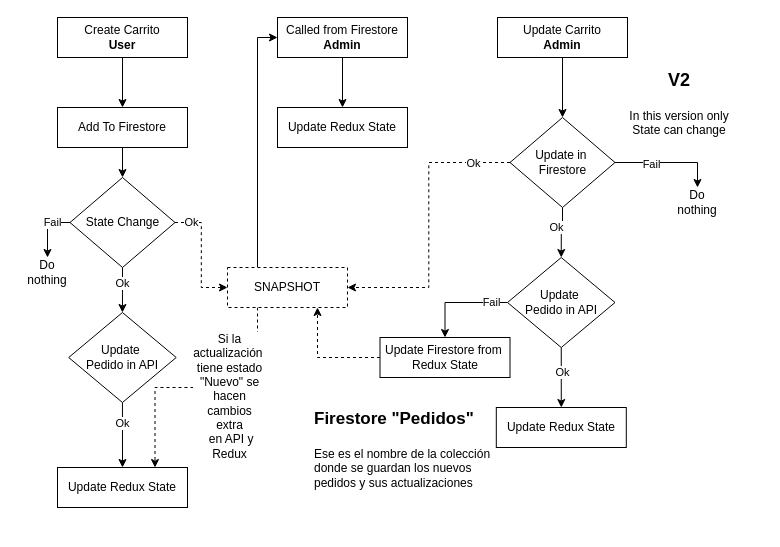
Before: D_Actividad Pedidos Firestore.drawio in ariel0000/bar-app-diagrams, a draw.io diagram. Source tidied: cells renumbered, new cells numbered last; positions are measured from the earlier drawing's top-left corner, leaving out a move shared by most shapes. Both pictures are drawn from the tidied source at 100%, with x=0, y=0 at pixel (17, 17).
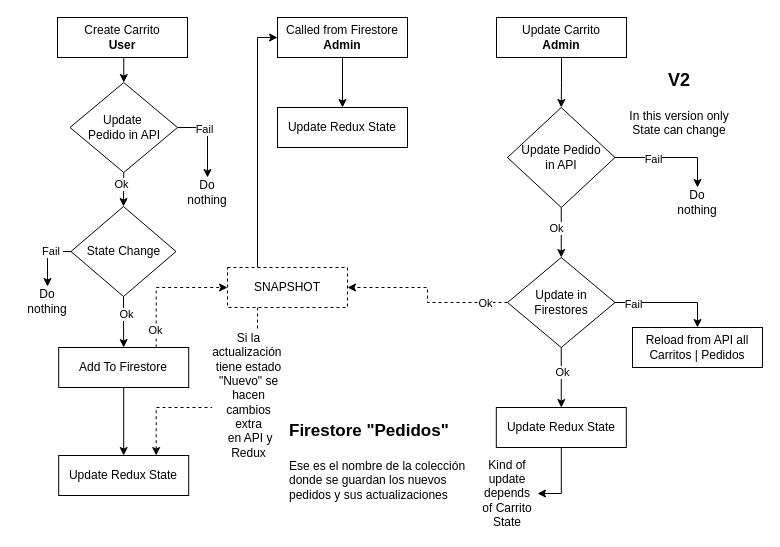
The same page after the edit.

The change refers to these unchanged cells:
```xml
<mxCell id="3" value="Create Carrito&lt;div&gt;&lt;b&gt;User&lt;/b&gt;&lt;/div&gt;" style="rounded=0;whiteSpace=wrap;html=1;" parent="1" vertex="1">
  <mxGeometry x="40" width="130" height="40" as="geometry" />
</mxCell>
<mxCell id="8" style="edgeStyle=orthogonalEdgeStyle;rounded=0;jettySize=auto;html=1;exitX=0;exitY=0.5;exitDx=0;exitDy=0;entryX=0.5;entryY=0;entryDx=0;entryDy=0;" parent="1" edge="1" source="12" target="15">
  <mxGeometry relative="1" as="geometry" />
</mxCell>
<mxCell id="26" value="Update Redux State" style="rounded=0;whiteSpace=wrap;html=1;" parent="1" vertex="1">
  <mxGeometry x="478.8" y="390" width="130" height="40" as="geometry" />
</mxCell>
<mxCell id="40" value="SNAPSHOT" style="rounded=0;whiteSpace=wrap;html=1;dashed=1;" parent="1" vertex="1">
  <mxGeometry x="210" y="250" width="120" height="40" as="geometry" />
</mxCell>
```

Diff of the diagram source:
```diff
@@
-    <mxCell id="2" style="edgeStyle=orthogonalEdgeStyle;rounded=0;jettySize=auto;html=1;exitX=0.5;exitY=1;exitDx=0;exitDy=0;entryX=0.5;entryY=0;entryDx=0;entryDy=0;" parent="1" edge="1" source="3" target="5">
-      <mxGeometry relative="1" as="geometry" />
-    </mxCell>
+    <mxCell id="45" style="edgeStyle=orthogonalEdgeStyle;rounded=0;jettySize=auto;html=1;exitX=0.5;exitY=1;exitDx=0;exitDy=0;entryX=0.5;entryY=0;entryDx=0;entryDy=0;" parent="1" edge="1" source="3" target="18">
+      <mxGeometry relative="1" as="geometry" />
+    </mxCell>
@@
-    <mxCell id="4" style="edgeStyle=orthogonalEdgeStyle;rounded=0;jettySize=auto;html=1;exitX=0.5;exitY=1;exitDx=0;exitDy=0;entryX=0.5;entryY=0;entryDx=0;entryDy=0;" parent="1" edge="1" source="5" target="12">
-      <mxGeometry relative="1" as="geometry" />
-    </mxCell>
-    <mxCell id="5" value="Add To Firestore" style="rounded=0;whiteSpace=wrap;html=1;" parent="1" vertex="1">
-      <mxGeometry x="40" y="90" width="130" height="40" as="geometry" />
-    </mxCell>
-    <mxCell id="6" style="edgeStyle=orthogonalEdgeStyle;rounded=0;jettySize=auto;html=1;exitX=0.5;exitY=1;exitDx=0;exitDy=0;entryX=0.5;entryY=0;entryDx=0;entryDy=0;" parent="1" edge="1" source="12" target="18">
-      <mxGeometry relative="1" as="geometry" />
-    </mxCell>
-    <mxCell id="7" value="Ok" style="edgeLabel;html=1;align=center;verticalAlign=middle;" parent="6" vertex="1">
-      <mxGeometry x="-0.3" relative="1" as="geometry" />
-    </mxCell>
@@
-    <mxCell id="9" value="Fail" style="edgeLabel;html=1;align=center;verticalAlign=middle;" parent="8" vertex="1">
+    <mxCell id="9" value="Fail&amp;nbsp;" style="edgeLabel;html=1;align=center;verticalAlign=middle;" parent="8" vertex="1">
       <mxGeometry x="-0.36" y="-1" relative="1" as="geometry" />
     </mxCell>
-    <mxCell id="10" style="edgeStyle=orthogonalEdgeStyle;rounded=0;jettySize=auto;html=1;exitX=1;exitY=0.5;exitDx=0;exitDy=0;entryX=0;entryY=0.5;entryDx=0;entryDy=0;dashed=1;" parent="1" edge="1" source="12" target="40">
+    <mxCell id="10" style="edgeStyle=orthogonalEdgeStyle;rounded=0;jettySize=auto;html=1;exitX=0.75;exitY=0;exitDx=0;exitDy=0;entryX=0;entryY=0.5;entryDx=0;entryDy=0;dashed=1;" parent="1" edge="1" source="5" target="40">
       <mxGeometry relative="1" as="geometry" />
     </mxCell>
@@
+    <mxCell id="46" style="edgeStyle=orthogonalEdgeStyle;rounded=0;jettySize=auto;html=1;exitX=0.5;exitY=1;exitDx=0;exitDy=0;entryX=0.5;entryY=0;entryDx=0;entryDy=0;" parent="1" edge="1" source="12" target="5">
+      <mxGeometry relative="1" as="geometry" />
+    </mxCell>
+    <mxCell id="47" value="Ok" style="edgeLabel;html=1;align=center;verticalAlign=middle;" parent="46" vertex="1">
+      <mxGeometry x="-0.49" y="2" relative="1" as="geometry">
+        <mxPoint y="4" as="offset" />
+      </mxGeometry>
+    </mxCell>
     <mxCell id="12" value="State Change" style="rhombus;whiteSpace=wrap;html=1;" parent="1" vertex="1">
-      <mxGeometry x="52.5" y="160" width="105" height="90" as="geometry" />
+      <mxGeometry x="53.5" y="189" width="105" height="90" as="geometry" />
     </mxCell>
@@
     <mxCell id="15" value="Do nothing" style="text;html=1;align=center;verticalAlign=middle;whiteSpace=wrap;rounded=0;" parent="1" vertex="1">
-      <mxGeometry y="240" width="60" height="30" as="geometry" />
+      <mxGeometry y="269" width="60" height="30" as="geometry" />
     </mxCell>
-    <mxCell id="16" style="edgeStyle=orthogonalEdgeStyle;rounded=0;jettySize=auto;html=1;exitX=0.5;exitY=1;exitDx=0;exitDy=0;entryX=0.5;entryY=0;entryDx=0;entryDy=0;" parent="1" edge="1" source="18" target="19">
-      <mxGeometry relative="1" as="geometry" />
-    </mxCell>
-    <mxCell id="17" value="Ok" style="edgeLabel;html=1;align=center;verticalAlign=middle;" parent="16" vertex="1">
-      <mxGeometry x="-0.35" relative="1" as="geometry" />
-    </mxCell>
+    <mxCell id="48" style="edgeStyle=orthogonalEdgeStyle;rounded=0;jettySize=auto;html=1;exitX=0.5;exitY=1;exitDx=0;exitDy=0;entryX=0.5;entryY=0;entryDx=0;entryDy=0;" parent="1" edge="1" source="18" target="12">
+      <mxGeometry relative="1" as="geometry" />
+    </mxCell>
+    <mxCell id="49" value="Ok" style="edgeLabel;html=1;align=center;verticalAlign=middle;" parent="48" vertex="1">
+      <mxGeometry x="-0.28" y="-3" relative="1" as="geometry" />
+    </mxCell>
     <mxCell id="18" value="Update&amp;nbsp;&lt;div&gt;Pedido in API&lt;/div&gt;" style="rhombus;whiteSpace=wrap;html=1;" parent="1" vertex="1">
-      <mxGeometry x="51.2" y="295" width="107.5" height="90" as="geometry" />
+      <mxGeometry x="52.5" y="65" width="107.5" height="90" as="geometry" />
     </mxCell>
     <mxCell id="19" value="Update Redux State" style="rounded=0;whiteSpace=wrap;html=1;" parent="1" vertex="1">
-      <mxGeometry x="40" y="450" width="130" height="40" as="geometry" />
+      <mxGeometry x="41.2" y="438" width="130" height="40" as="geometry" />
     </mxCell>
@@
     <mxCell id="22" value="Update Carrito&lt;div&gt;&lt;b&gt;Admin&lt;/b&gt;&lt;/div&gt;" style="rounded=0;whiteSpace=wrap;html=1;" parent="1" vertex="1">
-      <mxGeometry x="480" width="130" height="40" as="geometry" />
+      <mxGeometry x="479" width="130" height="40" as="geometry" />
     </mxCell>
@@
+    <mxCell id="50" style="edgeStyle=orthogonalEdgeStyle;rounded=0;jettySize=auto;html=1;exitX=0.5;exitY=1;exitDx=0;exitDy=0;entryX=1;entryY=0.5;entryDx=0;entryDy=0;" parent="1" edge="1" source="26" target="55">
+      <mxGeometry relative="1" as="geometry" />
+    </mxCell>
@@
-    <mxCell id="27" style="edgeStyle=orthogonalEdgeStyle;rounded=0;jettySize=auto;html=1;exitX=0;exitY=0.5;exitDx=0;exitDy=0;entryX=1;entryY=0.5;entryDx=0;entryDy=0;dashed=1;" parent="1" edge="1" source="31" target="40">
+    <mxCell id="27" style="edgeStyle=orthogonalEdgeStyle;rounded=0;jettySize=auto;html=1;entryX=1;entryY=0.5;entryDx=0;entryDy=0;dashed=1;exitX=0;exitY=0.5;exitDx=0;exitDy=0;" parent="1" edge="1" source="36" target="40">
       <mxGeometry relative="1" as="geometry" />
     </mxCell>
@@
-    <mxCell id="31" value="Update in&amp;nbsp;&lt;div&gt;Firestore&lt;/div&gt;" style="rhombus;whiteSpace=wrap;html=1;" parent="1" vertex="1">
-      <mxGeometry x="492.5" y="100" width="105" height="90" as="geometry" />
+    <mxCell id="31" value="Update Pedido&lt;div&gt;in API&lt;/div&gt;" style="rhombus;whiteSpace=wrap;html=1;" parent="1" vertex="1">
+      <mxGeometry x="490" y="90" width="107.5" height="100" as="geometry" />
     </mxCell>
@@
-    <mxCell id="34" style="edgeStyle=orthogonalEdgeStyle;rounded=0;jettySize=auto;html=1;exitX=0;exitY=0.5;exitDx=0;exitDy=0;entryX=0.5;entryY=0;entryDx=0;entryDy=0;" parent="1" edge="1" source="36" target="42">
+    <mxCell id="34" style="edgeStyle=orthogonalEdgeStyle;rounded=0;jettySize=auto;html=1;exitX=1;exitY=0.5;exitDx=0;exitDy=0;entryX=0.5;entryY=0;entryDx=0;entryDy=0;" parent="1" edge="1" source="36" target="42">
       <mxGeometry relative="1" as="geometry" />
     </mxCell>
@@
-    <mxCell id="36" value="Update&amp;nbsp;&lt;div&gt;Pedido in API&lt;/div&gt;" style="rhombus;whiteSpace=wrap;html=1;" parent="1" vertex="1">
+    <mxCell id="36" value="Update in Firestores" style="rhombus;whiteSpace=wrap;html=1;" parent="1" vertex="1">
       <mxGeometry x="490" y="240" width="107.5" height="90" as="geometry" />
     </mxCell>
@@
     <mxCell id="38" style="edgeStyle=orthogonalEdgeStyle;rounded=0;jettySize=auto;html=1;exitX=0.25;exitY=1;exitDx=0;exitDy=0;entryX=0.75;entryY=0;entryDx=0;entryDy=0;dashed=1;" parent="1" edge="1" source="40" target="19">
       <mxGeometry relative="1" as="geometry">
         <Array as="points">
-          <mxPoint x="240" y="370" />
-          <mxPoint x="138" y="370" />
+          <mxPoint x="240" y="390" />
+          <mxPoint x="139" y="390" />
         </Array>
       </mxGeometry>
     </mxCell>
     <mxCell id="39" value="&lt;span style=&quot;font-size: 12px; text-wrap-mode: wrap; background-color: light-dark(rgb(255, 255, 255), rgb(0, 0, 0));&quot;&gt;&lt;font style=&quot;color: light-dark(rgb(0, 0, 0), rgb(255, 255, 0));&quot;&gt;Si la actualización&amp;nbsp;&lt;/font&gt;&lt;/span&gt;&lt;div&gt;&lt;font style=&quot;color: light-dark(rgb(0, 0, 0), rgb(255, 255, 0)); background-color: light-dark(rgb(255, 255, 255), rgb(0, 0, 0));&quot;&gt;&lt;span style=&quot;font-size: 12px; text-wrap-mode: wrap;&quot;&gt;tiene&amp;nbsp;&lt;/span&gt;&lt;span style=&quot;font-size: 12px; text-wrap-mode: wrap;&quot;&gt;estado &quot;Nuevo&quot; se&lt;/span&gt;&lt;/font&gt;&lt;div&gt;&lt;div&gt;&lt;span style=&quot;font-size: 12px; text-wrap-mode: wrap; background-color: light-dark(rgb(255, 255, 255), rgb(0, 0, 0));&quot;&gt;&lt;font style=&quot;color: light-dark(rgb(0, 0, 0), rgb(255, 255, 0));&quot;&gt;hacen cambios extra&lt;/font&gt;&lt;/span&gt;&lt;/div&gt;&lt;div&gt;&lt;span style=&quot;font-size: 12px; text-wrap-mode: wrap; background-color: light-dark(rgb(255, 255, 255), rgb(0, 0, 0));&quot;&gt;&lt;font style=&quot;color: light-dark(rgb(0, 0, 0), rgb(255, 255, 0));&quot;&gt;&amp;nbsp;en API y Redux&lt;/font&gt;&lt;/span&gt;&lt;/div&gt;&lt;/div&gt;&lt;/div&gt;" style="edgeLabel;html=1;align=center;verticalAlign=middle;" parent="38" vertex="1">
       <mxGeometry x="-0.25" y="-1" relative="1" as="geometry">
-        <mxPoint x="-11" y="9" as="offset" />
+        <mxPoint x="-9" y="-6" as="offset" />
       </mxGeometry>
     </mxCell>
@@
-    <mxCell id="41" style="edgeStyle=orthogonalEdgeStyle;rounded=0;jettySize=auto;html=1;exitX=0;exitY=0.5;exitDx=0;exitDy=0;entryX=0.75;entryY=1;entryDx=0;entryDy=0;dashed=1;" parent="1" edge="1" source="42" target="40">
-      <mxGeometry relative="1" as="geometry" />
-    </mxCell>
-    <mxCell id="42" value="Update Firestore from&amp;nbsp;&lt;div&gt;Redux State&lt;/div&gt;" style="rounded=0;whiteSpace=wrap;html=1;" parent="1" vertex="1">
-      <mxGeometry x="362.5" y="320" width="130" height="40" as="geometry" />
+    <mxCell id="42" value="Reload from API all Carritos | Pedidos" style="rounded=0;whiteSpace=wrap;html=1;" parent="1" vertex="1">
+      <mxGeometry x="615" y="310" width="130" height="40" as="geometry" />
     </mxCell>
@@
     <mxCell id="44" value="&lt;h1 style=&quot;margin-top: 0px;&quot;&gt;&lt;font style=&quot;font-size: 17px;&quot;&gt;Firestore &quot;Pedidos&quot;&lt;/font&gt;&lt;/h1&gt;&lt;p&gt;Ese es el nombre de la colección donde se guardan los nuevos pedidos y sus actualizaciones&lt;/p&gt;" style="text;html=1;whiteSpace=wrap;overflow=hidden;rounded=0;" parent="1" vertex="1">
-      <mxGeometry x="294.8" y="378" width="180" height="100" as="geometry" />
+      <mxGeometry x="270" y="390" width="180" height="100" as="geometry" />
     </mxCell>
+    <mxCell id="51" style="edgeStyle=orthogonalEdgeStyle;rounded=0;jettySize=auto;html=1;exitX=0.5;exitY=1;exitDx=0;exitDy=0;entryX=0.5;entryY=0;entryDx=0;entryDy=0;" parent="1" edge="1" source="5" target="19">
+      <mxGeometry relative="1" as="geometry" />
+    </mxCell>
+    <mxCell id="5" value="Add To Firestore" style="rounded=0;whiteSpace=wrap;html=1;" parent="1" vertex="1">
+      <mxGeometry x="41.2" y="330" width="130" height="40" as="geometry" />
+    </mxCell>
+    <mxCell id="52" style="edgeStyle=orthogonalEdgeStyle;rounded=0;jettySize=auto;html=1;exitX=1;exitY=0.5;exitDx=0;exitDy=0;entryX=0.5;entryY=0;entryDx=0;entryDy=0;" parent="1" edge="1" source="18" target="54">
+      <mxGeometry relative="1" as="geometry">
+        <Array as="points">
+          <mxPoint x="190" y="110" />
+          <mxPoint x="190" y="160" />
+        </Array>
+      </mxGeometry>
+    </mxCell>
+    <mxCell id="53" value="Fail" style="edgeLabel;html=1;align=center;verticalAlign=middle;" parent="52" vertex="1">
+      <mxGeometry x="-0.36" y="-1" relative="1" as="geometry" />
+    </mxCell>
+    <mxCell id="54" value="Do nothing" style="text;html=1;align=center;verticalAlign=middle;whiteSpace=wrap;rounded=0;" parent="1" vertex="1">
+      <mxGeometry x="160" y="160" width="60" height="30" as="geometry" />
+    </mxCell>
+    <mxCell id="55" value="Kind of update depends of Carrito State" style="text;html=1;align=center;verticalAlign=middle;whiteSpace=wrap;rounded=0;" parent="1" vertex="1">
+      <mxGeometry x="460" y="441" width="60" height="70" as="geometry" />
+    </mxCell>
```
